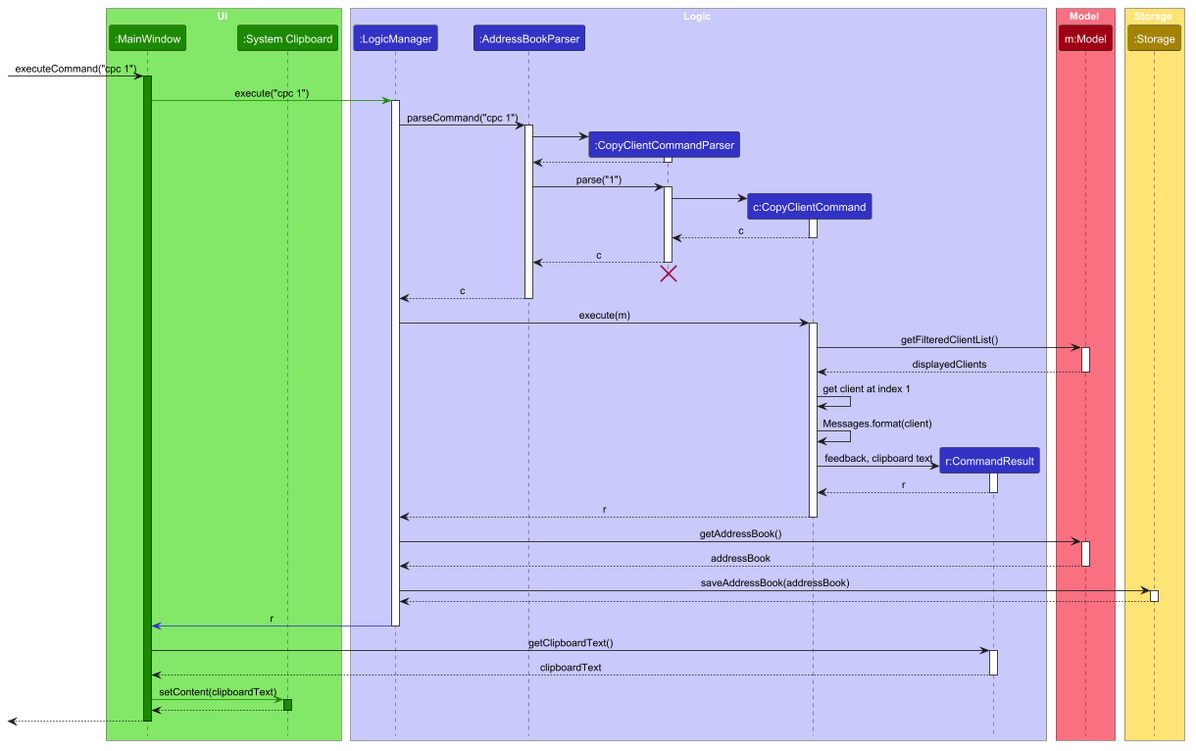
Earlier version of the PlantUML export docs/images/CopyClientSequenceDiagram.png (AY2627S1-CS2103T-F10-4/tp).
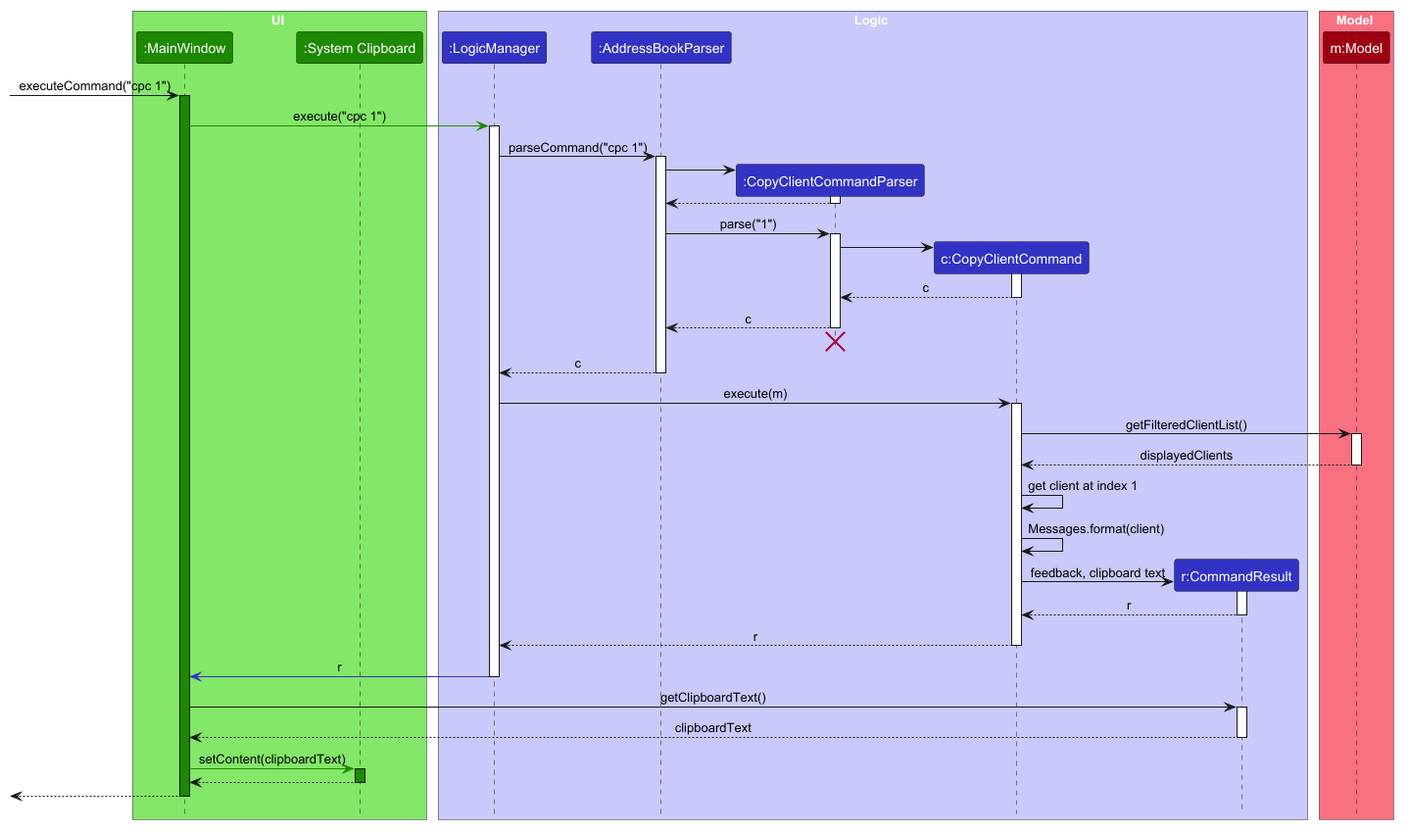
Above is the later version.

Commit message:
Remove redundant details in clipboard UML diagram

Diff of the diagram source:
```diff
@@ -17,10 +17,6 @@
 
 box Model MODEL_COLOR_T1
 participant "m:Model" as Model MODEL_COLOR
-end box
-
-box Storage STORAGE_COLOR_T1
-participant ":Storage" as Storage STORAGE_COLOR
 end box
 
 [-> MainWindow : executeCommand("cpc 1")
@@ -79,18 +75,6 @@
 CopyClientCommand --> LogicManager : r
 deactivate CopyClientCommand
 
-LogicManager -> Model : getAddressBook()
-activate Model
-
-Model --> LogicManager : addressBook
-deactivate Model
-
-LogicManager -> Storage : saveAddressBook(addressBook)
-activate Storage
-
-Storage --> LogicManager
-deactivate Storage
-
 LogicManager -[LOGIC_COLOR]> MainWindow : r
 deactivate LogicManager
 
```
